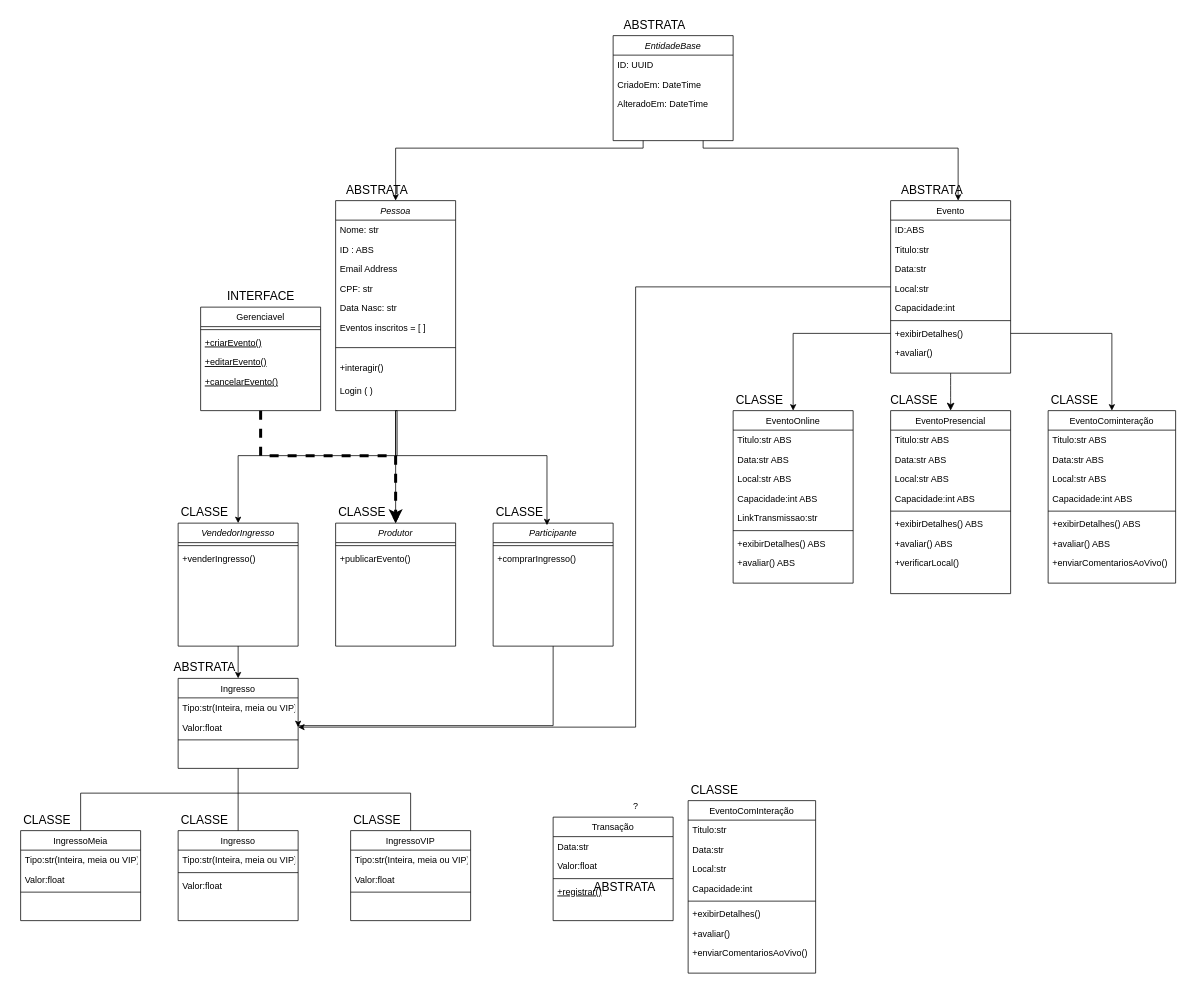
Before: Diagrama sem nome.drawio in Ryan-Taito-Hadas/DiagramaBeto, a draw.io diagram. Source tidied: cells renumbered, new cells numbered last; positions are measured from the earlier drawing's top-left corner, leaving out a move shared by most shapes. Both pictures are drawn from the tidied source at 75%, with x=0, y=0 at pixel (13, 13).
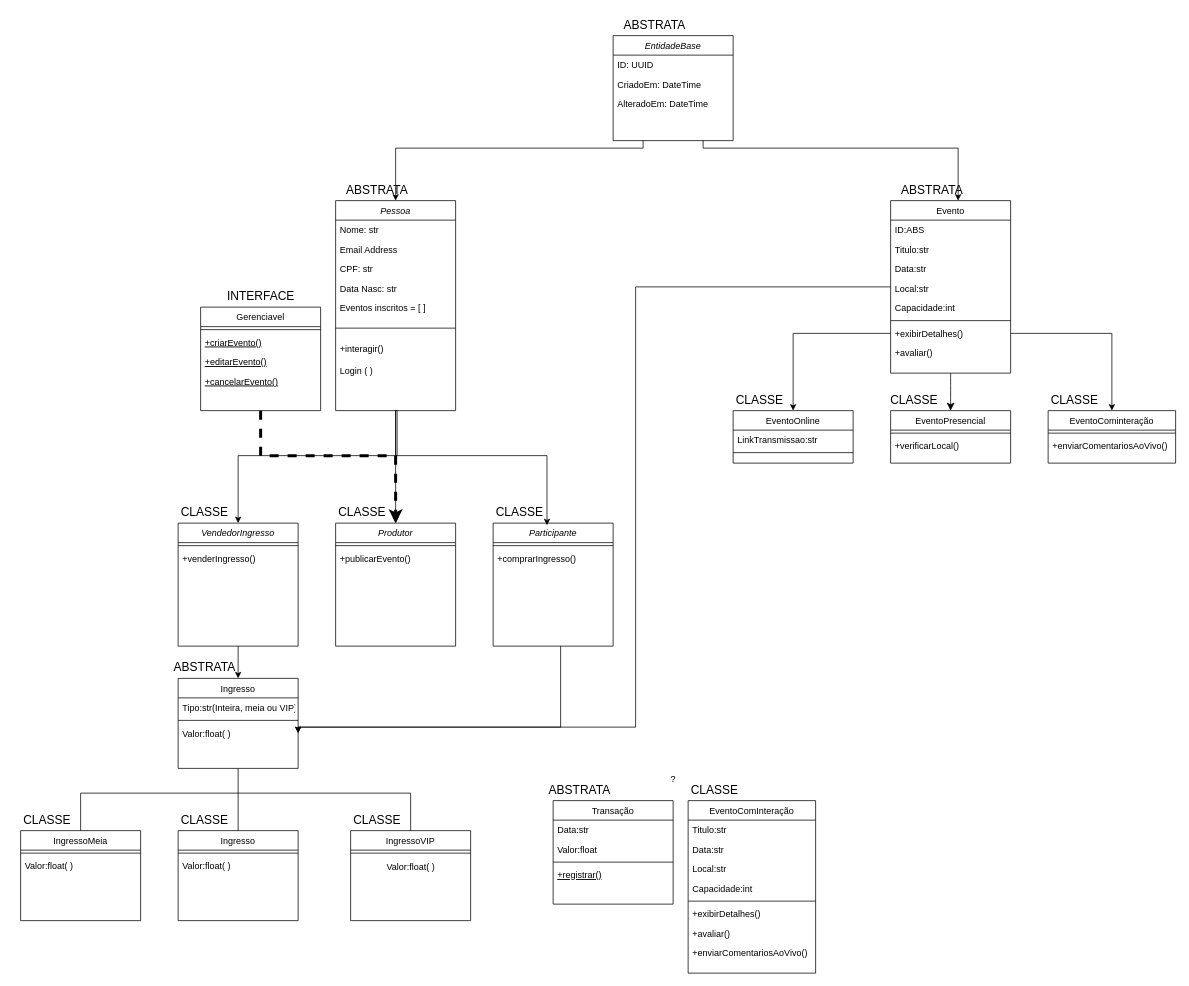
The same page after the edit.

Unchanged cells that the change refers to:
```xml
<mxCell id="4" value="Pessoa" style="swimlane;fontStyle=2;align=center;verticalAlign=top;horizontal=1;startSize=26;rounded=0;shadow=0;strokeWidth=1;" parent="1" vertex="1">
  <mxGeometry x="430" y="250" width="160" height="280" as="geometry" />
</mxCell>
<mxCell id="20" value="IngressoMeia" style="swimlane;fontStyle=0;align=center;verticalAlign=top;horizontal=1;startSize=26;rounded=0;shadow=0;strokeWidth=1;" parent="1" vertex="1">
  <mxGeometry x="10" y="1090" width="160" height="120" as="geometry" />
</mxCell>
<mxCell id="43" value="Participante" style="swimlane;fontStyle=2;align=center;verticalAlign=top;horizontal=1;startSize=26;rounded=0;shadow=0;strokeWidth=1;" parent="1" vertex="1">
  <mxGeometry x="640" y="680" width="160" height="164" as="geometry" />
</mxCell>
<mxCell id="99" value="Ingresso" style="swimlane;fontStyle=0;align=center;verticalAlign=top;horizontal=1;startSize=26;rounded=0;shadow=0;strokeWidth=1;" parent="1" vertex="1">
  <mxGeometry x="220" y="1090" width="160" height="120" as="geometry" />
</mxCell>
<mxCell id="104" value="Ingresso" style="swimlane;fontStyle=0;align=center;verticalAlign=top;horizontal=1;startSize=26;rounded=0;shadow=0;strokeWidth=1;" parent="1" vertex="1">
  <mxGeometry x="220" y="887" width="160" height="120" as="geometry" />
</mxCell>
<mxCell id="111" value="IngressoVIP" style="swimlane;fontStyle=0;align=center;verticalAlign=top;horizontal=1;startSize=26;rounded=0;shadow=0;strokeWidth=1;" parent="1" vertex="1">
  <mxGeometry x="450" y="1090" width="160" height="120" as="geometry" />
</mxCell>
```

The edit, as a diff of the source:
```diff
@@
-    <mxCell id="6" value="ID : ABS" style="text;align=left;verticalAlign=top;spacingLeft=4;spacingRight=4;overflow=hidden;rounded=0;shadow=0;html=0;" parent="4" vertex="1">
-      <mxGeometry y="52" width="160" height="26" as="geometry" />
-    </mxCell>
     <mxCell id="7" value="Email Address" style="text;align=left;verticalAlign=top;spacingLeft=4;spacingRight=4;overflow=hidden;rounded=0;shadow=0;html=0;" parent="4" vertex="1">
-      <mxGeometry y="78" width="160" height="26" as="geometry" />
+      <mxGeometry y="52" width="160" height="26" as="geometry" />
     </mxCell>
     <mxCell id="8" value="CPF: str" style="text;align=left;verticalAlign=top;spacingLeft=4;spacingRight=4;overflow=hidden;rounded=0;shadow=0;html=0;" parent="4" vertex="1">
-      <mxGeometry y="104" width="160" height="26" as="geometry" />
+      <mxGeometry y="78" width="160" height="26" as="geometry" />
     </mxCell>
     <mxCell id="9" value="Data Nasc: str" style="text;align=left;verticalAlign=top;spacingLeft=4;spacingRight=4;overflow=hidden;rounded=0;shadow=0;html=0;" parent="4" vertex="1">
-      <mxGeometry y="130" width="160" height="26" as="geometry" />
+      <mxGeometry y="104" width="160" height="26" as="geometry" />
     </mxCell>
     <mxCell id="10" value="Eventos inscritos = [ ] " style="text;align=left;verticalAlign=top;spacingLeft=4;spacingRight=4;overflow=hidden;rounded=0;shadow=0;html=0;" parent="4" vertex="1">
-      <mxGeometry y="156" width="160" height="26" as="geometry" />
+      <mxGeometry y="130" width="160" height="26" as="geometry" />
     </mxCell>
     <mxCell id="11" style="line;html=1;strokeWidth=1;align=left;verticalAlign=middle;spacingTop=-1;spacingLeft=3;spacingRight=3;labelPosition=right;" parent="4" vertex="1">
-      <mxGeometry y="182" width="160" height="28" as="geometry" />
+      <mxGeometry y="156" width="160" height="28" as="geometry" />
     </mxCell>
     <mxCell id="12" value="+interagir()" style="text;align=left;verticalAlign=top;spacingLeft=4;spacingRight=4;overflow=hidden;" parent="4" vertex="1">
-      <mxGeometry y="210" width="160" height="30" as="geometry" />
+      <mxGeometry y="184" width="160" height="30" as="geometry" />
     </mxCell>
     <mxCell id="13" value="Login ( )" style="text;align=left;verticalAlign=top;spacingLeft=4;spacingRight=4;overflow=hidden;" parent="4" vertex="1">
-      <mxGeometry y="240" width="160" height="30" as="geometry" />
+      <mxGeometry y="214" width="160" height="30" as="geometry" />
     </mxCell>
@@
-    <mxCell id="21" value="Tipo:str(Inteira, meia ou VIP)" style="text;align=left;verticalAlign=top;spacingLeft=4;spacingRight=4;overflow=hidden;" parent="20" vertex="1">
-      <mxGeometry y="26" width="160" height="26" as="geometry" />
-    </mxCell>
+    <mxCell id="23" style="line;html=1;strokeWidth=1;align=left;verticalAlign=middle;spacingTop=-1;spacingLeft=3;spacingRight=3;labelPosition=right;" parent="20" vertex="1">
+      <mxGeometry y="26" width="160" height="8" as="geometry" />
+    </mxCell>
-    <mxCell id="22" value="Valor:float" style="text;align=left;verticalAlign=top;spacingLeft=4;spacingRight=4;overflow=hidden;" parent="20" vertex="1">
-      <mxGeometry y="52" width="160" height="26" as="geometry" />
+    <mxCell id="22" value="Valor:float( )" style="text;align=left;verticalAlign=top;spacingLeft=4;spacingRight=4;overflow=hidden;" parent="20" vertex="1">
+      <mxGeometry y="34" width="160" height="26" as="geometry" />
     </mxCell>
-    <mxCell id="23" style="line;html=1;strokeWidth=1;align=left;verticalAlign=middle;spacingTop=-1;spacingLeft=3;spacingRight=3;labelPosition=right;" parent="20" vertex="1">
-      <mxGeometry y="78" width="160" height="8" as="geometry" />
-    </mxCell>
@@
     <mxCell id="37" value="ABSTRATA" style="text;html=1;align=center;verticalAlign=middle;strokeColor=none;fillColor=none;fontSize=16;" parent="1" vertex="1">
-      <mxGeometry x="760" y="1150" width="110" height="30" as="geometry" />
+      <mxGeometry x="700" y="1020" width="110" height="30" as="geometry" />
     </mxCell>
@@
-    <mxCell id="42" style="edgeStyle=orthogonalEdgeStyle;rounded=0;jettySize=auto;html=1;entryX=1;entryY=0.5;entryDx=0;entryDy=0;" parent="1" edge="1" source="43" target="106">
+    <mxCell id="42" style="edgeStyle=orthogonalEdgeStyle;rounded=0;jettySize=auto;html=1;entryX=1;entryY=0.5;entryDx=0;entryDy=0;" parent="1" edge="1" target="106">
       <mxGeometry relative="1" as="geometry">
+        <mxPoint x="730" y="844" as="sourcePoint" />
         <Array as="points">
-          <mxPoint x="720" y="950" />
-          <mxPoint x="380" y="950" />
+          <mxPoint x="730" y="952" />
         </Array>
       </mxGeometry>
     </mxCell>
@@
     <mxCell id="48" value="EventoOnline" style="swimlane;fontStyle=0;align=center;verticalAlign=top;horizontal=1;startSize=26;rounded=0;shadow=0;strokeWidth=1;" parent="1" vertex="1">
-      <mxGeometry x="960" y="530" width="160" height="230" as="geometry" />
+      <mxGeometry x="960" y="530" width="160" height="70" as="geometry" />
     </mxCell>
-    <mxCell id="49" value="Titulo:str ABS" style="text;align=left;verticalAlign=top;spacingLeft=4;spacingRight=4;overflow=hidden;" parent="48" vertex="1">
-      <mxGeometry y="26" width="160" height="26" as="geometry" />
-    </mxCell>
-    <mxCell id="50" value="Data:str ABS" style="text;align=left;verticalAlign=top;spacingLeft=4;spacingRight=4;overflow=hidden;rounded=0;shadow=0;html=0;" parent="48" vertex="1">
-      <mxGeometry y="52" width="160" height="26" as="geometry" />
-    </mxCell>
-    <mxCell id="51" value="Local:str ABS" style="text;align=left;verticalAlign=top;spacingLeft=4;spacingRight=4;overflow=hidden;rounded=0;shadow=0;html=0;" parent="48" vertex="1">
-      <mxGeometry y="78" width="160" height="26" as="geometry" />
-    </mxCell>
-    <mxCell id="52" value="Capacidade:int ABS" style="text;align=left;verticalAlign=top;spacingLeft=4;spacingRight=4;overflow=hidden;rounded=0;shadow=0;html=0;" parent="48" vertex="1">
-      <mxGeometry y="104" width="160" height="26" as="geometry" />
-    </mxCell>
     <mxCell id="53" value="LinkTransmissao:str" style="text;align=left;verticalAlign=top;spacingLeft=4;spacingRight=4;overflow=hidden;rounded=0;shadow=0;html=0;" parent="48" vertex="1">
-      <mxGeometry y="130" width="160" height="26" as="geometry" />
+      <mxGeometry y="26" width="160" height="26" as="geometry" />
     </mxCell>
     <mxCell id="54" style="line;html=1;strokeWidth=1;align=left;verticalAlign=middle;spacingTop=-1;spacingLeft=3;spacingRight=3;labelPosition=right;" parent="48" vertex="1">
-      <mxGeometry y="156" width="160" height="8" as="geometry" />
+      <mxGeometry y="52" width="160" height="8" as="geometry" />
     </mxCell>
-    <mxCell id="55" value="+exibirDetalhes() ABS" style="text;align=left;verticalAlign=top;spacingLeft=4;spacingRight=4;overflow=hidden;" parent="48" vertex="1">
-      <mxGeometry y="164" width="160" height="26" as="geometry" />
-    </mxCell>
-    <mxCell id="56" value="+avaliar() ABS&#10;&#10;&#10;&#10;&#10;" style="text;align=left;verticalAlign=top;spacingLeft=4;spacingRight=4;overflow=hidden;" parent="48" vertex="1">
-      <mxGeometry y="190" width="160" height="40" as="geometry" />
-    </mxCell>
@@
     <mxCell id="58" value="EventoPresencial" style="swimlane;fontStyle=0;align=center;verticalAlign=top;horizontal=1;startSize=26;rounded=0;shadow=0;strokeWidth=1;" parent="1" vertex="1">
-      <mxGeometry x="1170" y="530" width="160" height="244" as="geometry" />
+      <mxGeometry x="1170" y="530" width="160" height="70" as="geometry" />
     </mxCell>
-    <mxCell id="59" value="Titulo:str ABS" style="text;align=left;verticalAlign=top;spacingLeft=4;spacingRight=4;overflow=hidden;" parent="58" vertex="1">
-      <mxGeometry y="26" width="160" height="26" as="geometry" />
-    </mxCell>
-    <mxCell id="60" value="Data:str ABS" style="text;align=left;verticalAlign=top;spacingLeft=4;spacingRight=4;overflow=hidden;rounded=0;shadow=0;html=0;" parent="58" vertex="1">
-      <mxGeometry y="52" width="160" height="26" as="geometry" />
-    </mxCell>
-    <mxCell id="61" value="Local:str ABS" style="text;align=left;verticalAlign=top;spacingLeft=4;spacingRight=4;overflow=hidden;rounded=0;shadow=0;html=0;" parent="58" vertex="1">
-      <mxGeometry y="78" width="160" height="26" as="geometry" />
-    </mxCell>
-    <mxCell id="62" value="Capacidade:int ABS" style="text;align=left;verticalAlign=top;spacingLeft=4;spacingRight=4;overflow=hidden;rounded=0;shadow=0;html=0;" parent="58" vertex="1">
-      <mxGeometry y="104" width="160" height="26" as="geometry" />
-    </mxCell>
     <mxCell id="63" style="line;html=1;strokeWidth=1;align=left;verticalAlign=middle;spacingTop=-1;spacingLeft=3;spacingRight=3;labelPosition=right;" parent="58" vertex="1">
-      <mxGeometry y="130" width="160" height="8" as="geometry" />
+      <mxGeometry y="26" width="160" height="8" as="geometry" />
     </mxCell>
-    <mxCell id="64" value="+exibirDetalhes() ABS" style="text;align=left;verticalAlign=top;spacingLeft=4;spacingRight=4;overflow=hidden;" parent="58" vertex="1">
-      <mxGeometry y="138" width="160" height="26" as="geometry" />
-    </mxCell>
-    <mxCell id="65" value="+avaliar() ABS" style="text;align=left;verticalAlign=top;spacingLeft=4;spacingRight=4;overflow=hidden;" parent="58" vertex="1">
-      <mxGeometry y="164" width="160" height="26" as="geometry" />
-    </mxCell>
     <mxCell id="66" value="+verificarLocal()" style="text;align=left;verticalAlign=top;spacingLeft=4;spacingRight=4;overflow=hidden;" parent="58" vertex="1">
-      <mxGeometry y="190" width="160" height="30" as="geometry" />
+      <mxGeometry y="34" width="160" height="30" as="geometry" />
     </mxCell>
@@
     <mxCell id="68" value="EventoCominteração" style="swimlane;fontStyle=0;align=center;verticalAlign=top;horizontal=1;startSize=26;rounded=0;shadow=0;strokeWidth=1;" parent="1" vertex="1">
-      <mxGeometry x="1380" y="530" width="170" height="230" as="geometry" />
+      <mxGeometry x="1380" y="530" width="170" height="70" as="geometry" />
     </mxCell>
-    <mxCell id="69" value="Titulo:str ABS" style="text;align=left;verticalAlign=top;spacingLeft=4;spacingRight=4;overflow=hidden;" parent="68" vertex="1">
-      <mxGeometry y="26" width="170" height="26" as="geometry" />
-    </mxCell>
-    <mxCell id="70" value="Data:str ABS" style="text;align=left;verticalAlign=top;spacingLeft=4;spacingRight=4;overflow=hidden;rounded=0;shadow=0;html=0;" parent="68" vertex="1">
-      <mxGeometry y="52" width="170" height="26" as="geometry" />
-    </mxCell>
-    <mxCell id="71" value="Local:str ABS" style="text;align=left;verticalAlign=top;spacingLeft=4;spacingRight=4;overflow=hidden;rounded=0;shadow=0;html=0;" parent="68" vertex="1">
-      <mxGeometry y="78" width="170" height="26" as="geometry" />
-    </mxCell>
-    <mxCell id="72" value="Capacidade:int ABS" style="text;align=left;verticalAlign=top;spacingLeft=4;spacingRight=4;overflow=hidden;rounded=0;shadow=0;html=0;" parent="68" vertex="1">
-      <mxGeometry y="104" width="170" height="26" as="geometry" />
-    </mxCell>
     <mxCell id="73" style="line;html=1;strokeWidth=1;align=left;verticalAlign=middle;spacingTop=-1;spacingLeft=3;spacingRight=3;labelPosition=right;" parent="68" vertex="1">
-      <mxGeometry y="130" width="170" height="8" as="geometry" />
+      <mxGeometry y="26" width="170" height="8" as="geometry" />
     </mxCell>
-    <mxCell id="74" value="+exibirDetalhes() ABS" style="text;align=left;verticalAlign=top;spacingLeft=4;spacingRight=4;overflow=hidden;" parent="68" vertex="1">
-      <mxGeometry y="138" width="170" height="26" as="geometry" />
-    </mxCell>
-    <mxCell id="75" value="+avaliar() ABS" style="text;align=left;verticalAlign=top;spacingLeft=4;spacingRight=4;overflow=hidden;" parent="68" vertex="1">
-      <mxGeometry y="164" width="170" height="26" as="geometry" />
-    </mxCell>
     <mxCell id="76" value="+enviarComentariosAoVivo()" style="text;align=left;verticalAlign=top;spacingLeft=4;spacingRight=4;overflow=hidden;" parent="68" vertex="1">
-      <mxGeometry y="190" width="170" height="26" as="geometry" />
+      <mxGeometry y="34" width="170" height="26" as="geometry" />
     </mxCell>
@@
-    <mxCell id="100" value="Tipo:str(Inteira, meia ou VIP)" style="text;align=left;verticalAlign=top;spacingLeft=4;spacingRight=4;overflow=hidden;" parent="99" vertex="1">
-      <mxGeometry y="26" width="160" height="26" as="geometry" />
-    </mxCell>
     <mxCell id="101" style="line;html=1;strokeWidth=1;align=left;verticalAlign=middle;spacingTop=-1;spacingLeft=3;spacingRight=3;labelPosition=right;" parent="99" vertex="1">
-      <mxGeometry y="52" width="160" height="8" as="geometry" />
+      <mxGeometry y="26" width="160" height="8" as="geometry" />
     </mxCell>
-    <mxCell id="102" value="Valor:float" style="text;align=left;verticalAlign=top;spacingLeft=4;spacingRight=4;overflow=hidden;" parent="99" vertex="1">
-      <mxGeometry y="60" width="160" height="26" as="geometry" />
+    <mxCell id="102" value="Valor:float( )" style="text;align=left;verticalAlign=top;spacingLeft=4;spacingRight=4;overflow=hidden;" parent="99" vertex="1">
+      <mxGeometry y="34" width="160" height="26" as="geometry" />
     </mxCell>
@@
+    <mxCell id="107" style="line;html=1;strokeWidth=1;align=left;verticalAlign=middle;spacingTop=-1;spacingLeft=3;spacingRight=3;labelPosition=right;" parent="104" vertex="1">
+      <mxGeometry y="52" width="160" height="8" as="geometry" />
+    </mxCell>
-    <mxCell id="106" value="Valor:float" style="text;align=left;verticalAlign=top;spacingLeft=4;spacingRight=4;overflow=hidden;points=[[0,0.5],[1,0.5]];portConstraint=eastwest;" parent="104" vertex="1">
-      <mxGeometry y="52" width="160" height="26" as="geometry" />
+    <mxCell id="106" value="Valor:float( )" style="text;align=left;verticalAlign=top;spacingLeft=4;spacingRight=4;overflow=hidden;points=[[0,0.5],[1,0.5]];portConstraint=eastwest;" parent="104" vertex="1">
+      <mxGeometry y="60" width="160" height="26" as="geometry" />
     </mxCell>
-    <mxCell id="107" style="line;html=1;strokeWidth=1;align=left;verticalAlign=middle;spacingTop=-1;spacingLeft=3;spacingRight=3;labelPosition=right;" parent="104" vertex="1">
-      <mxGeometry y="78" width="160" height="8" as="geometry" />
-    </mxCell>
@@
-    <mxCell id="112" value="Tipo:str(Inteira, meia ou VIP)" style="text;align=left;verticalAlign=top;spacingLeft=4;spacingRight=4;overflow=hidden;" parent="111" vertex="1">
-      <mxGeometry y="26" width="160" height="26" as="geometry" />
-    </mxCell>
-    <mxCell id="113" value="Valor:float" style="text;align=left;verticalAlign=top;spacingLeft=4;spacingRight=4;overflow=hidden;" parent="111" vertex="1">
-      <mxGeometry y="52" width="160" height="26" as="geometry" />
-    </mxCell>
     <mxCell id="114" style="line;html=1;strokeWidth=1;align=left;verticalAlign=middle;spacingTop=-1;spacingLeft=3;spacingRight=3;labelPosition=right;" parent="111" vertex="1">
-      <mxGeometry y="78" width="160" height="8" as="geometry" />
+      <mxGeometry y="26" width="160" height="8" as="geometry" />
     </mxCell>
+    <mxCell id="129" value="&lt;span style=&quot;text-align: left;&quot;&gt;Valor:float( )&lt;/span&gt;" style="text;html=1;align=center;verticalAlign=middle;strokeColor=none;fillColor=none;" parent="111" vertex="1">
+      <mxGeometry y="34" width="160" height="30" as="geometry" />
+    </mxCell>
     <mxCell id="115" value="Transação" style="swimlane;fontStyle=0;align=center;verticalAlign=top;horizontal=1;startSize=26;rounded=0;shadow=0;strokeWidth=1;" parent="1" vertex="1">
-      <mxGeometry x="720" y="1072" width="160" height="138" as="geometry" />
+      <mxGeometry x="720" y="1050" width="160" height="138" as="geometry" />
     </mxCell>
@@
     <mxCell id="126" value="?" style="text;html=1;align=center;verticalAlign=middle;strokeColor=none;fillColor=none;" parent="1" vertex="1">
-      <mxGeometry x="815" y="1042" width="30" height="30" as="geometry" />
+      <mxGeometry x="865" y="1007" width="30" height="30" as="geometry" />
     </mxCell>
```
